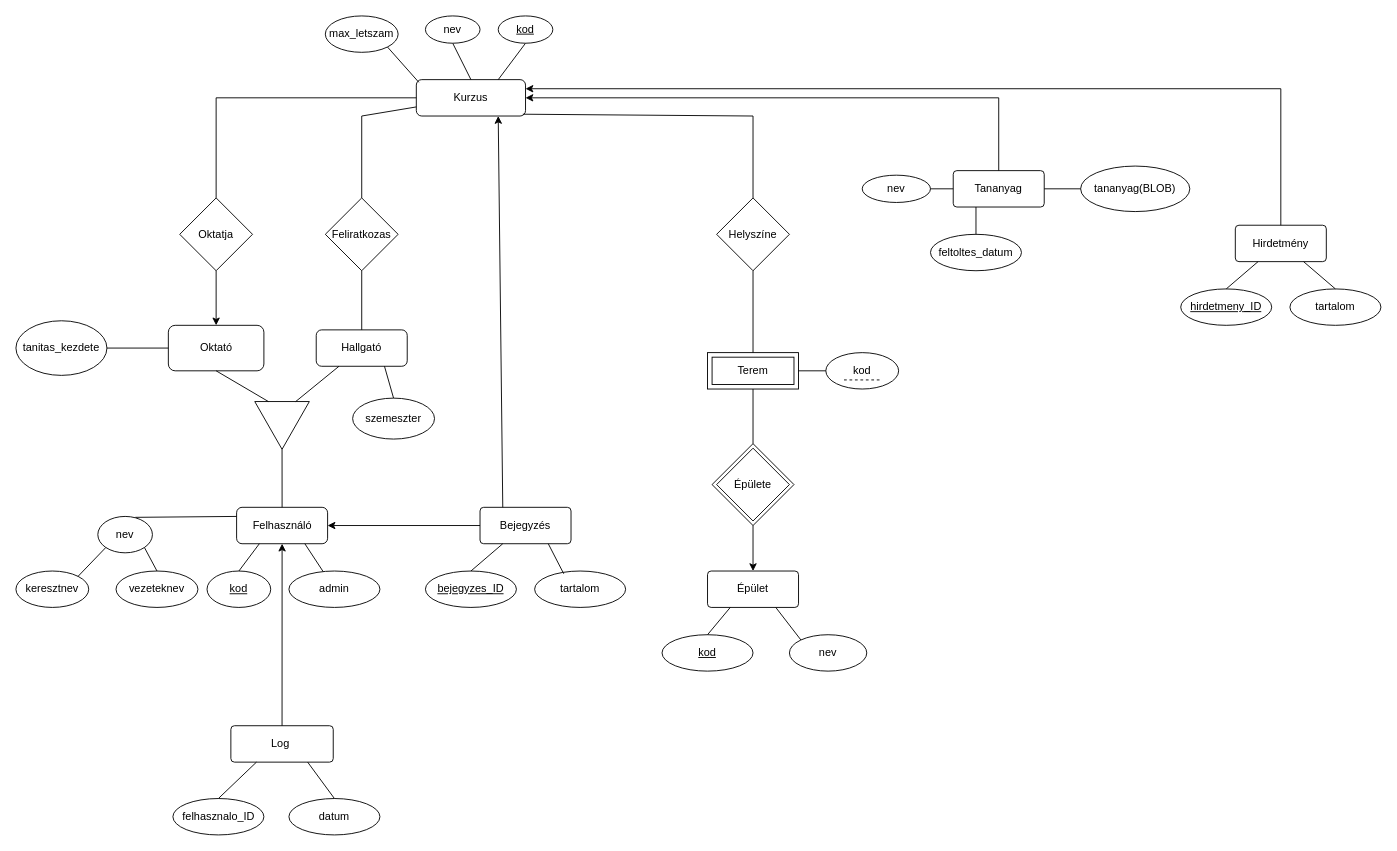
Earlier version of the draw.io diagram docs/ETK/ETK diagram.drawio (HajagosNorbert/SZTE-adatb-alapu-rendszerek). Source tidied: cells renumbered, new cells numbered last; positions are measured from the earlier drawing's top-left corner, leaving out a move shared by most shapes. Both pictures are drawn from the tidied source at 91%, with x=0, y=0 at pixel (15, 15).
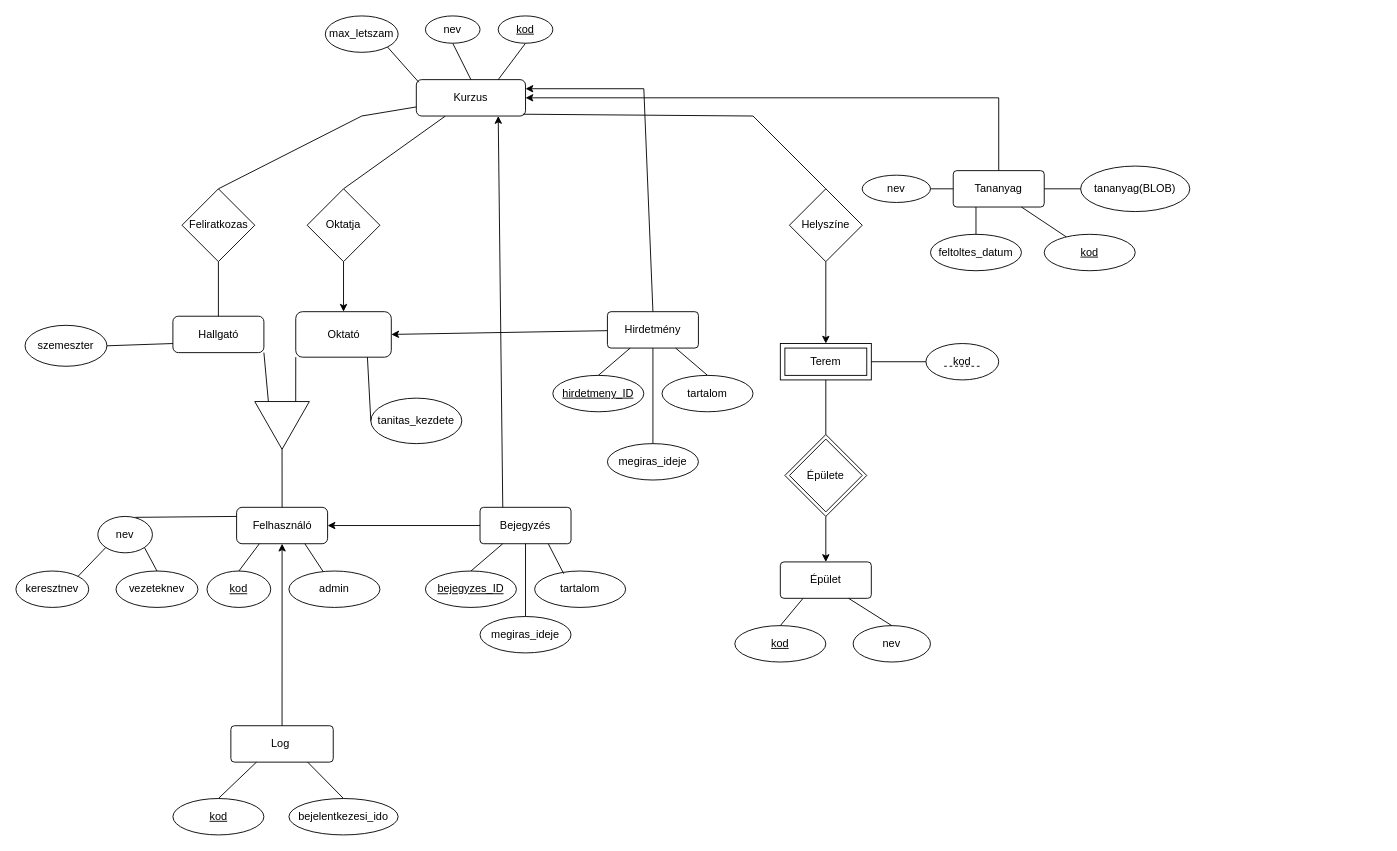
After the change.

Commit message:
ETK diagram rombuszok nélkül

The change refers to these unchanged cells:
```xml
<mxCell id="2" value="Kurzus" style="rounded=1;whiteSpace=wrap;html=1;" parent="1" vertex="1">
  <mxGeometry x="440" y="70" width="120" height="40" as="geometry" />
</mxCell>
<mxCell id="25" style="triangle;whiteSpace=wrap;html=1;rotation=90;" parent="1" vertex="1">
  <mxGeometry x="266.2" y="420" width="52.5" height="60" as="geometry" />
</mxCell>
<mxCell id="55" value="Tananyag" style="rounded=1;arcSize=10;whiteSpace=wrap;html=1;align=center;fillColor=default;" parent="1" vertex="1">
  <mxGeometry x="1030" y="170" width="100" height="40" as="geometry" />
</mxCell>
<mxCell id="63" value="Bejegyzés" style="rounded=1;arcSize=10;whiteSpace=wrap;html=1;align=center;" parent="1" vertex="1">
  <mxGeometry x="510" y="540" width="100" height="40" as="geometry" />
</mxCell>
```

What changed in the source:
```diff
@@
+    <mxCell id="87" style="edgeStyle=none;html=1;entryX=0.5;entryY=0;entryDx=0;entryDy=0;startArrow=none;startFill=0;endArrow=none;endFill=0;targetPerimeterSpacing=0;strokeWidth=1;" parent="1" edge="1" source="2" target="11">
+      <mxGeometry relative="1" as="geometry" />
+    </mxCell>
@@
     <mxCell id="10" value="Feliratkozas" style="rhombus;whiteSpace=wrap;html=1;" parent="1" vertex="1">
-      <mxGeometry x="340" y="200" width="80" height="80" as="geometry" />
+      <mxGeometry x="182.5" y="190" width="80" height="80" as="geometry" />
     </mxCell>
     <mxCell id="11" value="Oktatja" style="rhombus;whiteSpace=wrap;html=1;" parent="1" vertex="1">
-      <mxGeometry x="180" y="200" width="80" height="80" as="geometry" />
+      <mxGeometry x="320" y="190" width="80" height="80" as="geometry" />
     </mxCell>
-    <mxCell id="12" style="group;" parent="1" vertex="1">
-      <mxGeometry x="220" y="90" as="geometry" />
-    </mxCell>
-    <mxCell id="13" style="endArrow=none;html=1;rounded=0;entryX=0;entryY=0.5;entryDx=0;entryDy=0;" parent="12" edge="1" target="2">
-      <mxGeometry relative="1" as="geometry">
-        <mxPoint as="sourcePoint" />
-      </mxGeometry>
-    </mxCell>
-    <mxCell id="14" style="endArrow=none;html=1;rounded=0;exitX=0.5;exitY=0;exitDx=0;exitDy=0;" parent="12" edge="1" source="11">
-      <mxGeometry relative="1" as="geometry">
-        <mxPoint as="targetPoint" />
-      </mxGeometry>
-    </mxCell>
@@
     <mxCell id="17" value="Oktató" style="rounded=1;whiteSpace=wrap;html=1;" parent="1" vertex="1">
-      <mxGeometry x="167.5" y="340" width="105" height="50" as="geometry" />
+      <mxGeometry x="307.5" y="325" width="105" height="50" as="geometry" />
     </mxCell>
@@
     <mxCell id="19" value="tanitas_kezdete" style="ellipse;whiteSpace=wrap;html=1;" parent="1" vertex="1">
-      <mxGeometry y="335" width="100" height="60" as="geometry" />
+      <mxGeometry x="390" y="420" width="100" height="50" as="geometry" />
     </mxCell>
-    <mxCell id="20" style="endArrow=none;html=1;rounded=0;entryX=0;entryY=0.5;entryDx=0;entryDy=0;exitX=1;exitY=0.5;exitDx=0;exitDy=0;" parent="1" edge="1" source="19" target="17">
+    <mxCell id="20" style="endArrow=none;html=1;rounded=0;entryX=0.75;entryY=1;entryDx=0;entryDy=0;exitX=0;exitY=0.5;exitDx=0;exitDy=0;" parent="1" edge="1" source="19" target="17">
       <mxGeometry relative="1" as="geometry" />
     </mxCell>
     <mxCell id="21" value="Hallgató" style="rounded=1;whiteSpace=wrap;html=1;" parent="1" vertex="1">
-      <mxGeometry x="330" y="345" width="100" height="40" as="geometry" />
+      <mxGeometry x="172.5" y="330" width="100" height="40" as="geometry" />
     </mxCell>
@@
     <mxCell id="23" value="szemeszter" style="ellipse;whiteSpace=wrap;html=1;" parent="1" vertex="1">
-      <mxGeometry x="370" y="420" width="90" height="45" as="geometry" />
+      <mxGeometry x="10" y="340" width="90" height="45" as="geometry" />
     </mxCell>
-    <mxCell id="24" style="endArrow=none;html=1;rounded=0;entryX=0.75;entryY=1;entryDx=0;entryDy=0;exitX=0.5;exitY=0;exitDx=0;exitDy=0;" parent="1" edge="1" source="23" target="21">
+    <mxCell id="24" style="endArrow=none;html=1;rounded=0;entryX=0;entryY=0.75;entryDx=0;entryDy=0;exitX=1;exitY=0.5;exitDx=0;exitDy=0;" parent="1" edge="1" source="23" target="21">
       <mxGeometry relative="1" as="geometry" />
     </mxCell>
@@
-    <mxCell id="26" style="endArrow=none;html=1;rounded=0;entryX=0.5;entryY=1;entryDx=0;entryDy=0;exitX=0;exitY=0.75;exitDx=0;exitDy=0;" parent="1" edge="1" source="25" target="17">
+    <mxCell id="26" style="endArrow=none;html=1;rounded=0;entryX=0;entryY=1;entryDx=0;entryDy=0;exitX=0;exitY=0.25;exitDx=0;exitDy=0;" parent="1" edge="1" source="25" target="17">
       <mxGeometry relative="1" as="geometry" />
     </mxCell>
-    <mxCell id="27" style="endArrow=none;html=1;rounded=0;exitX=0;exitY=0.25;exitDx=0;exitDy=0;entryX=0.25;entryY=1;entryDx=0;entryDy=0;" parent="1" edge="1" source="25" target="21">
+    <mxCell id="27" style="endArrow=none;html=1;rounded=0;entryX=1;entryY=1;entryDx=0;entryDy=0;exitX=0;exitY=0.75;exitDx=0;exitDy=0;" parent="1" edge="1" source="25" target="21">
       <mxGeometry relative="1" as="geometry" />
     </mxCell>
@@
     <mxCell id="37" value="Helyszíne" style="rhombus;whiteSpace=wrap;html=1;" parent="1" vertex="1">
-      <mxGeometry x="770" y="200" width="80" height="80" as="geometry" />
+      <mxGeometry x="850" y="190" width="80" height="80" as="geometry" />
     </mxCell>
@@
     <mxCell id="40" value="Terem" style="shape=ext;margin=3;double=1;whiteSpace=wrap;html=1;align=center;" parent="1" vertex="1">
-      <mxGeometry x="760" y="370" width="100" height="40" as="geometry" />
+      <mxGeometry x="840" y="360" width="100" height="40" as="geometry" />
     </mxCell>
     <mxCell id="41" value="kod" style="ellipse;whiteSpace=wrap;html=1;" parent="1" vertex="1">
-      <mxGeometry x="890" y="370" width="80" height="40" as="geometry" />
+      <mxGeometry x="1000" y="360" width="80" height="40" as="geometry" />
     </mxCell>
     <mxCell id="42" style="endArrow=none;dashed=1;html=1;rounded=0;" parent="1" edge="1">
       <mxGeometry relative="1" as="geometry">
-        <mxPoint x="910" y="400" as="sourcePoint" />
-        <mxPoint x="950" y="400" as="targetPoint" />
+        <mxPoint x="1020" y="385" as="sourcePoint" />
+        <mxPoint x="1060" y="385" as="targetPoint" />
       </mxGeometry>
     </mxCell>
@@
     <mxCell id="44" style="group;" parent="1" vertex="1">
-      <mxGeometry x="765" y="470" width="90" height="90" as="geometry" />
+      <mxGeometry x="845" y="460" width="90" height="90" as="geometry" />
     </mxCell>
@@
     <mxCell id="48" value="Épület" style="rounded=1;arcSize=10;whiteSpace=wrap;html=1;align=center;fillColor=default;" parent="1" vertex="1">
-      <mxGeometry x="760" y="610" width="100" height="40" as="geometry" />
+      <mxGeometry x="840" y="600" width="100" height="40" as="geometry" />
     </mxCell>
@@
     <mxCell id="50" value="kod" style="ellipse;whiteSpace=wrap;html=1;align=center;fillColor=default;fontStyle=4;" parent="1" vertex="1">
-      <mxGeometry x="710" y="680" width="100" height="40" as="geometry" />
+      <mxGeometry x="790" y="670" width="100" height="40" as="geometry" />
     </mxCell>
@@
     <mxCell id="52" value="nev" style="ellipse;whiteSpace=wrap;html=1;align=center;fillColor=default;" parent="1" vertex="1">
-      <mxGeometry x="850" y="680" width="85" height="40" as="geometry" />
+      <mxGeometry x="920" y="670" width="85" height="40" as="geometry" />
     </mxCell>
@@
-    <mxCell id="54" style="endArrow=none;html=1;rounded=0;entryX=0.75;entryY=1;entryDx=0;entryDy=0;exitX=0;exitY=0;exitDx=0;exitDy=0;" parent="1" edge="1" source="52" target="48">
+    <mxCell id="54" style="endArrow=none;html=1;rounded=0;entryX=0.75;entryY=1;entryDx=0;entryDy=0;exitX=0.5;exitY=0;exitDx=0;exitDy=0;" parent="1" edge="1" source="52" target="48">
       <mxGeometry relative="1" as="geometry" />
     </mxCell>
@@
-    <mxCell id="57" value="felhasznalo_ID" style="ellipse;whiteSpace=wrap;html=1;align=center;fillColor=default;" parent="1" vertex="1">
+    <mxCell id="57" value="&lt;u&gt;kod&lt;/u&gt;" style="ellipse;whiteSpace=wrap;html=1;align=center;fillColor=default;" parent="1" vertex="1">
       <mxGeometry x="172.5" y="860" width="100" height="40" as="geometry" />
     </mxCell>
-    <mxCell id="58" value="datum" style="ellipse;whiteSpace=wrap;html=1;align=center;fillColor=default;" parent="1" vertex="1">
-      <mxGeometry x="300" y="860" width="100" height="40" as="geometry" />
+    <mxCell id="58" value="bejelentkezesi_ido" style="ellipse;whiteSpace=wrap;html=1;align=center;fillColor=default;" parent="1" vertex="1">
+      <mxGeometry x="300" y="860" width="120" height="40" as="geometry" />
     </mxCell>
@@
+    <mxCell id="88" style="edgeStyle=none;html=1;entryX=1;entryY=0.5;entryDx=0;entryDy=0;startArrow=none;startFill=0;endArrow=classic;endFill=1;targetPerimeterSpacing=0;strokeWidth=1;" parent="1" edge="1" source="69" target="17">
+      <mxGeometry relative="1" as="geometry" />
+    </mxCell>
     <mxCell id="69" value="Hirdetmény" style="rounded=1;arcSize=10;whiteSpace=wrap;html=1;align=center;" parent="1" vertex="1">
-      <mxGeometry x="1340" y="230" width="100" height="40" as="geometry" />
+      <mxGeometry x="650" y="325" width="100" height="40" as="geometry" />
     </mxCell>
     <mxCell id="70" style="endArrow=none;html=1;rounded=0;exitX=0.5;exitY=0;exitDx=0;exitDy=0;" parent="1" edge="1" source="69">
       <mxGeometry relative="1" as="geometry">
-        <mxPoint x="1390" y="80" as="targetPoint" />
+        <mxPoint x="690" y="80" as="targetPoint" />
       </mxGeometry>
     </mxCell>
@@
     <mxCell id="72" style="endArrow=classic;html=1;rounded=0;entryX=1;entryY=0.25;entryDx=0;entryDy=0;" parent="1" edge="1" target="2">
       <mxGeometry relative="1" as="geometry">
-        <mxPoint x="1390" y="80" as="sourcePoint" />
+        <mxPoint x="690" y="80" as="sourcePoint" />
       </mxGeometry>
     </mxCell>
     <mxCell id="73" value="hirdetmeny_ID" style="ellipse;whiteSpace=wrap;html=1;align=center;fontStyle=4;" parent="1" vertex="1">
-      <mxGeometry x="1280" y="300" width="100" height="40" as="geometry" />
+      <mxGeometry x="590" y="395" width="100" height="40" as="geometry" />
     </mxCell>
     <mxCell id="74" value="tartalom" style="ellipse;whiteSpace=wrap;html=1;align=center;" parent="1" vertex="1">
-      <mxGeometry x="1400" y="300" width="100" height="40" as="geometry" />
+      <mxGeometry x="710" y="395" width="100" height="40" as="geometry" />
     </mxCell>
@@
-    <mxCell id="86" style="endArrow=none;html=1;rounded=0;entryX=0.5;entryY=1;entryDx=0;entryDy=0;exitX=0.5;exitY=0;exitDx=0;exitDy=0;" parent="1" edge="1" source="40" target="37">
+    <mxCell id="86" style="endArrow=none;html=1;rounded=0;entryX=0.5;entryY=1;entryDx=0;entryDy=0;exitX=0.5;exitY=0;exitDx=0;exitDy=0;targetPerimeterSpacing=0;strokeWidth=1;endFill=0;startArrow=classic;startFill=1;" parent="1" edge="1" source="40" target="37">
       <mxGeometry relative="1" as="geometry" />
     </mxCell>
+    <mxCell id="89" style="edgeStyle=none;html=1;entryX=0.5;entryY=1;entryDx=0;entryDy=0;startArrow=none;startFill=0;endArrow=none;endFill=0;targetPerimeterSpacing=0;strokeWidth=1;" parent="1" edge="1" source="90" target="63">
+      <mxGeometry relative="1" as="geometry" />
+    </mxCell>
+    <mxCell id="90" value="megiras_ideje" style="ellipse;whiteSpace=wrap;html=1;align=center;" parent="1" vertex="1">
+      <mxGeometry x="510" y="660" width="100" height="40" as="geometry" />
+    </mxCell>
+    <mxCell id="91" style="edgeStyle=none;html=1;entryX=0.75;entryY=1;entryDx=0;entryDy=0;startArrow=none;startFill=0;endArrow=none;endFill=0;targetPerimeterSpacing=0;strokeWidth=1;" parent="1" edge="1" source="92" target="55">
+      <mxGeometry relative="1" as="geometry" />
+    </mxCell>
+    <mxCell id="92" value="&lt;u&gt;kod&lt;/u&gt;" style="ellipse;whiteSpace=wrap;html=1;align=center;" parent="1" vertex="1">
+      <mxGeometry x="1130" y="240" width="100" height="40" as="geometry" />
+    </mxCell>
+    <mxCell id="93" style="edgeStyle=none;html=1;entryX=0.5;entryY=1;entryDx=0;entryDy=0;startArrow=none;startFill=0;endArrow=none;endFill=0;targetPerimeterSpacing=0;strokeWidth=1;" parent="1" edge="1" source="94" target="69">
+      <mxGeometry relative="1" as="geometry" />
+    </mxCell>
+    <mxCell id="94" value="megiras_ideje" style="ellipse;whiteSpace=wrap;html=1;align=center;" parent="1" vertex="1">
+      <mxGeometry x="650" y="470" width="100" height="40" as="geometry" />
+    </mxCell>
```
